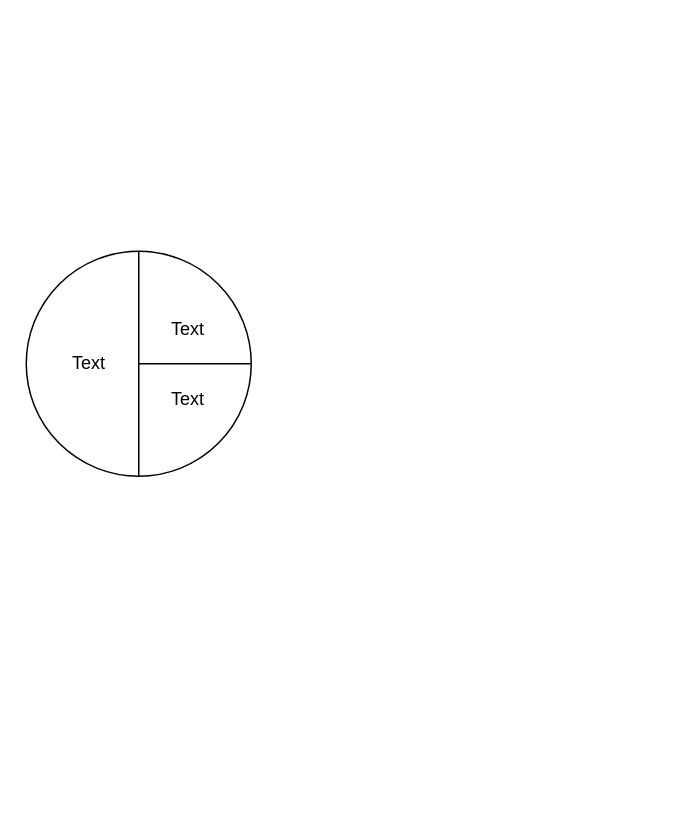
RayhanHamada/bikin-dfd keeps this draw.io diagram as page "Page-2" (2 of 2) of pert_diagram.drawio. Above is the earlier version. Source tidied: cells renumbered, new cells numbered last; positions are measured from the earlier drawing's top-left corner, leaving out a move shared by most shapes. Both pictures are drawn from the tidied source at 150%, with x=0, y=0 at pixel (26, 250).
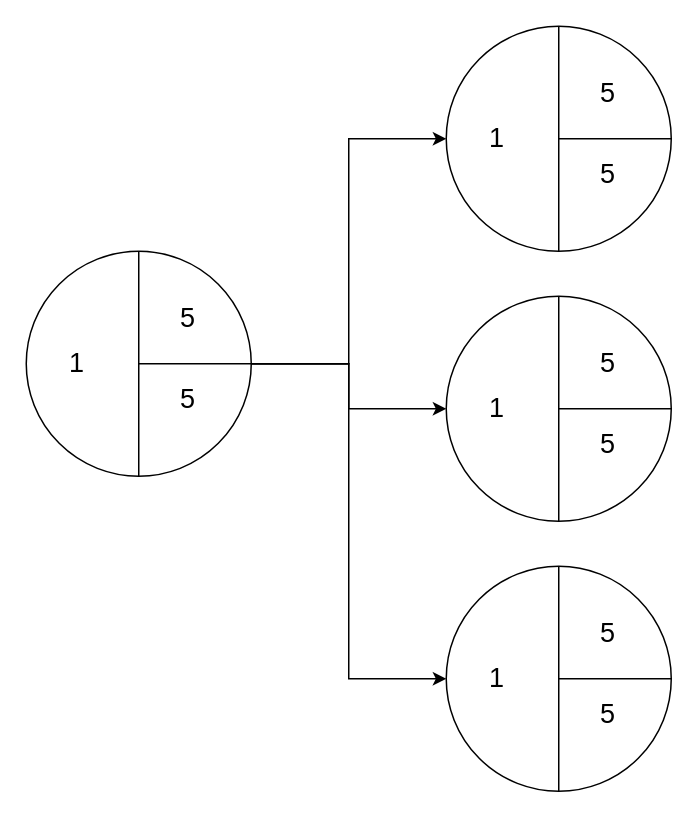
Above is the later version.

Unchanged cells that the change refers to:
```xml
<mxCell id="2" style="group;" parent="1" vertex="1">
  <mxGeometry width="150" height="150" as="geometry" />
</mxCell>
<mxCell id="3" style="ellipse;whiteSpace=wrap;html=1;" parent="2" vertex="1">
  <mxGeometry width="150" height="150" as="geometry" />
</mxCell>
```

What changed in the source:
```diff
@@
-    <mxCell id="6" value="Text" style="text;html=1;strokeColor=none;fillColor=none;align=center;verticalAlign=middle;whiteSpace=wrap;rounded=0;" parent="2" vertex="1">
-      <mxGeometry x="28.1" y="70.3" width="28.1" height="9.4" as="geometry" />
-    </mxCell>
-    <mxCell id="7" value="Text" style="text;html=1;strokeColor=none;fillColor=none;align=center;verticalAlign=middle;whiteSpace=wrap;rounded=0;" parent="2" vertex="1">
-      <mxGeometry x="93.8" y="46.9" width="28.1" height="9.4" as="geometry" />
-    </mxCell>
-    <mxCell id="8" value="Text" style="text;html=1;strokeColor=none;fillColor=none;align=center;verticalAlign=middle;whiteSpace=wrap;rounded=0;" parent="2" vertex="1">
+    <mxCell id="8" value="&lt;font style=&quot;font-size: 18px&quot;&gt;5&lt;/font&gt;" style="text;html=1;strokeColor=none;fillColor=none;align=center;verticalAlign=middle;whiteSpace=wrap;rounded=0;" parent="2" vertex="1">
       <mxGeometry x="93.8" y="93.8" width="28.1" height="9.4" as="geometry" />
     </mxCell>
+    <mxCell id="9" value="&lt;font style=&quot;font-size: 18px&quot;&gt;5&lt;/font&gt;" style="text;html=1;strokeColor=none;fillColor=none;align=center;verticalAlign=middle;whiteSpace=wrap;rounded=0;" parent="2" vertex="1">
+      <mxGeometry x="93.8" y="40" width="28.1" height="9.4" as="geometry" />
+    </mxCell>
+    <mxCell id="10" value="&lt;font style=&quot;font-size: 18px&quot;&gt;1&lt;/font&gt;" style="text;html=1;strokeColor=none;fillColor=none;align=center;verticalAlign=middle;whiteSpace=wrap;rounded=0;" parent="2" vertex="1">
+      <mxGeometry x="20" y="70.3" width="28.1" height="9.4" as="geometry" />
+    </mxCell>
+    <mxCell id="11" style="group;" parent="1" vertex="1">
+      <mxGeometry x="280" y="-150" width="150" height="150" as="geometry" />
+    </mxCell>
+    <mxCell id="12" style="ellipse;whiteSpace=wrap;html=1;" parent="11" vertex="1">
+      <mxGeometry width="150" height="150" as="geometry" />
+    </mxCell>
+    <mxCell id="13" style="endArrow=none;html=1;exitX=0.5;exitY=1;exitDx=0;exitDy=0;entryX=0.5;entryY=0;entryDx=0;entryDy=0;" parent="11" edge="1" source="12" target="12">
+      <mxGeometry relative="1" as="geometry" />
+    </mxCell>
+    <mxCell id="14" style="endArrow=none;html=1;entryX=1;entryY=0.5;entryDx=0;entryDy=0;" parent="11" edge="1" target="12">
+      <mxGeometry relative="1" as="geometry">
+        <mxPoint x="75" y="75" as="sourcePoint" />
+      </mxGeometry>
+    </mxCell>
+    <mxCell id="15" value="&lt;font style=&quot;font-size: 18px&quot;&gt;5&lt;/font&gt;" style="text;html=1;strokeColor=none;fillColor=none;align=center;verticalAlign=middle;whiteSpace=wrap;rounded=0;" parent="11" vertex="1">
+      <mxGeometry x="93.8" y="93.8" width="28.1" height="9.4" as="geometry" />
+    </mxCell>
+    <mxCell id="16" value="&lt;font style=&quot;font-size: 18px&quot;&gt;5&lt;/font&gt;" style="text;html=1;strokeColor=none;fillColor=none;align=center;verticalAlign=middle;whiteSpace=wrap;rounded=0;" parent="11" vertex="1">
+      <mxGeometry x="93.8" y="40" width="28.1" height="9.4" as="geometry" />
+    </mxCell>
+    <mxCell id="17" value="&lt;font style=&quot;font-size: 18px&quot;&gt;1&lt;/font&gt;" style="text;html=1;strokeColor=none;fillColor=none;align=center;verticalAlign=middle;whiteSpace=wrap;rounded=0;" parent="11" vertex="1">
+      <mxGeometry x="20" y="70.3" width="28.1" height="9.4" as="geometry" />
+    </mxCell>
+    <mxCell id="18" style="edgeStyle=orthogonalEdgeStyle;rounded=0;jettySize=auto;html=1;entryX=0;entryY=0.5;entryDx=0;entryDy=0;" parent="1" edge="1" source="3" target="12">
+      <mxGeometry relative="1" as="geometry" />
+    </mxCell>
+    <mxCell id="19" style="group;" parent="1" vertex="1">
+      <mxGeometry x="280" y="30" width="150" height="150" as="geometry" />
+    </mxCell>
+    <mxCell id="20" style="ellipse;whiteSpace=wrap;html=1;" parent="19" vertex="1">
+      <mxGeometry width="150" height="150" as="geometry" />
+    </mxCell>
+    <mxCell id="21" style="endArrow=none;html=1;exitX=0.5;exitY=1;exitDx=0;exitDy=0;entryX=0.5;entryY=0;entryDx=0;entryDy=0;" parent="19" edge="1" source="20" target="20">
+      <mxGeometry relative="1" as="geometry" />
+    </mxCell>
+    <mxCell id="22" style="endArrow=none;html=1;entryX=1;entryY=0.5;entryDx=0;entryDy=0;" parent="19" edge="1" target="20">
+      <mxGeometry relative="1" as="geometry">
+        <mxPoint x="75" y="75" as="sourcePoint" />
+      </mxGeometry>
+    </mxCell>
+    <mxCell id="23" value="&lt;font style=&quot;font-size: 18px&quot;&gt;5&lt;/font&gt;" style="text;html=1;strokeColor=none;fillColor=none;align=center;verticalAlign=middle;whiteSpace=wrap;rounded=0;" parent="19" vertex="1">
+      <mxGeometry x="93.8" y="93.8" width="28.1" height="9.4" as="geometry" />
+    </mxCell>
+    <mxCell id="24" value="&lt;font style=&quot;font-size: 18px&quot;&gt;5&lt;/font&gt;" style="text;html=1;strokeColor=none;fillColor=none;align=center;verticalAlign=middle;whiteSpace=wrap;rounded=0;" parent="19" vertex="1">
+      <mxGeometry x="93.8" y="40" width="28.1" height="9.4" as="geometry" />
+    </mxCell>
+    <mxCell id="25" value="&lt;font style=&quot;font-size: 18px&quot;&gt;1&lt;/font&gt;" style="text;html=1;strokeColor=none;fillColor=none;align=center;verticalAlign=middle;whiteSpace=wrap;rounded=0;" parent="19" vertex="1">
+      <mxGeometry x="20" y="70.3" width="28.1" height="9.4" as="geometry" />
+    </mxCell>
+    <mxCell id="26" style="edgeStyle=orthogonalEdgeStyle;rounded=0;jettySize=auto;html=1;entryX=0;entryY=0.5;entryDx=0;entryDy=0;" parent="1" edge="1" source="3" target="20">
+      <mxGeometry relative="1" as="geometry" />
+    </mxCell>
+    <mxCell id="27" style="group;" parent="1" vertex="1">
+      <mxGeometry x="280" y="210" width="150" height="150" as="geometry" />
+    </mxCell>
+    <mxCell id="28" style="ellipse;whiteSpace=wrap;html=1;" parent="27" vertex="1">
+      <mxGeometry width="150" height="150" as="geometry" />
+    </mxCell>
+    <mxCell id="29" style="endArrow=none;html=1;exitX=0.5;exitY=1;exitDx=0;exitDy=0;entryX=0.5;entryY=0;entryDx=0;entryDy=0;" parent="27" edge="1" source="28" target="28">
+      <mxGeometry relative="1" as="geometry" />
+    </mxCell>
+    <mxCell id="30" style="endArrow=none;html=1;entryX=1;entryY=0.5;entryDx=0;entryDy=0;" parent="27" edge="1" target="28">
+      <mxGeometry relative="1" as="geometry">
+        <mxPoint x="75" y="75" as="sourcePoint" />
+      </mxGeometry>
+    </mxCell>
+    <mxCell id="31" value="&lt;font style=&quot;font-size: 18px&quot;&gt;5&lt;/font&gt;" style="text;html=1;strokeColor=none;fillColor=none;align=center;verticalAlign=middle;whiteSpace=wrap;rounded=0;" parent="27" vertex="1">
+      <mxGeometry x="93.8" y="93.8" width="28.1" height="9.4" as="geometry" />
+    </mxCell>
+    <mxCell id="32" value="&lt;font style=&quot;font-size: 18px&quot;&gt;5&lt;/font&gt;" style="text;html=1;strokeColor=none;fillColor=none;align=center;verticalAlign=middle;whiteSpace=wrap;rounded=0;" parent="27" vertex="1">
+      <mxGeometry x="93.8" y="40" width="28.1" height="9.4" as="geometry" />
+    </mxCell>
+    <mxCell id="33" value="&lt;font style=&quot;font-size: 18px&quot;&gt;1&lt;/font&gt;" style="text;html=1;strokeColor=none;fillColor=none;align=center;verticalAlign=middle;whiteSpace=wrap;rounded=0;" parent="27" vertex="1">
+      <mxGeometry x="20" y="70.3" width="28.1" height="9.4" as="geometry" />
+    </mxCell>
+    <mxCell id="34" style="edgeStyle=orthogonalEdgeStyle;rounded=0;jettySize=auto;html=1;entryX=0;entryY=0.5;entryDx=0;entryDy=0;" parent="1" edge="1" source="3" target="28">
+      <mxGeometry relative="1" as="geometry" />
+    </mxCell>
```
